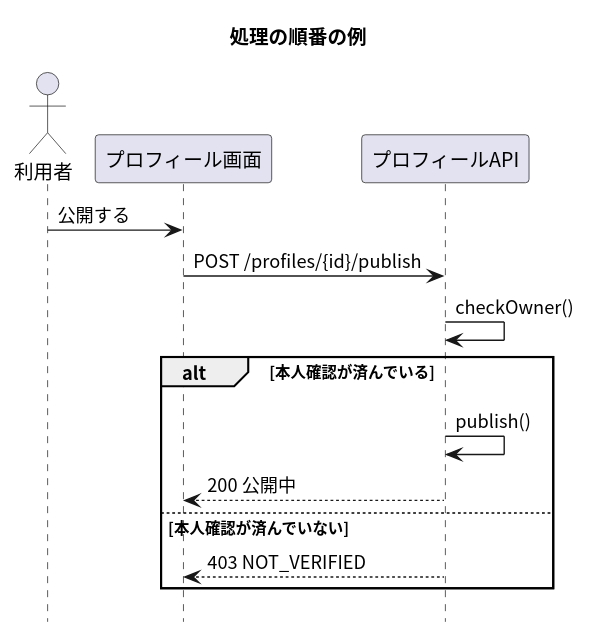
Above: docs/examples/処理の順番.svg in masamasamasato/design-doc-template (PlantUML), before the change. Its source is kept beside it as docs/examples/処理の順番.puml.
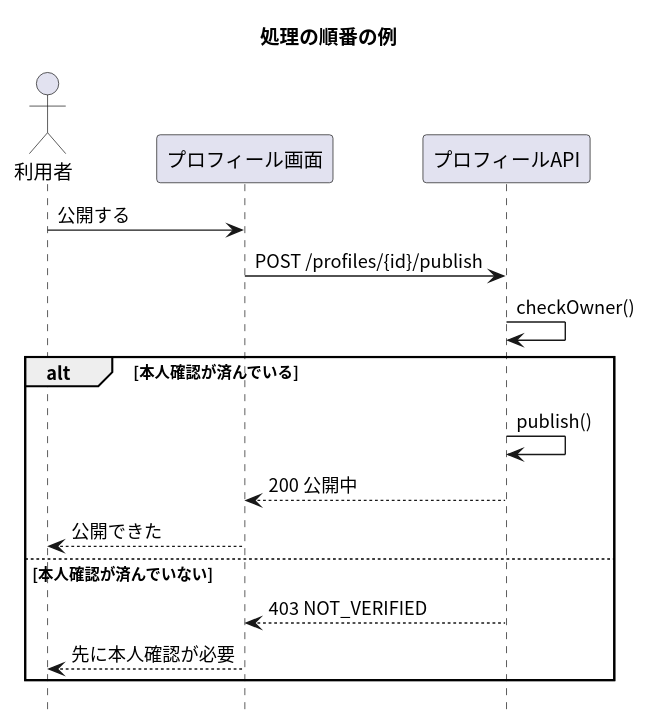
The same diagram one commit later.

Change to the diagram source:
```diff
@@ -16,7 +16,9 @@
 alt 本人確認が済んでいる
   API -> API : publish()
   API --> Screen : 200 公開中
+  Screen --> User : 公開できた
 else 本人確認が済んでいない
   API --> Screen : 403 NOT_VERIFIED
+  Screen --> User : 先に本人確認が必要
 end
 @enduml
```
